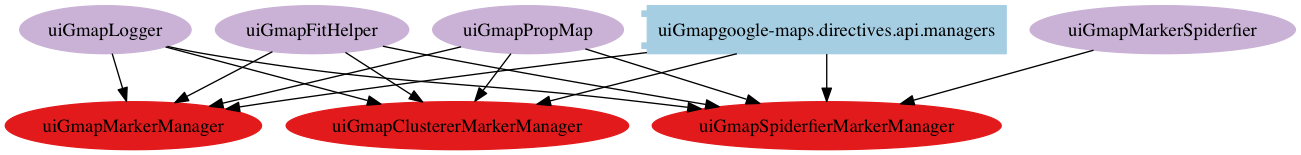
angular-ui/angular-google-maps keeps this Graphviz diagram as dist/architecture/png/modules/uiGmapgoogle-maps.directives.api.managers.png. Above is the earlier version. Its source is kept beside it as dist/architecture/dot/modules/uiGmapgoogle-maps.directives.api.managers.dot. Source of this version:
```dot
digraph dependencies {
  node[shape="component",style="filled",colorscheme=paired12]


    node[shape="component"]
    "uiGmapgoogle-maps.directives.api.managers"[label="uiGmapgoogle-maps.directives.api.managers", color=1]




    node[shape="ellipse"]








      "uiGmapClustererMarkerManager"[label="uiGmapClustererMarkerManager", color=6]
      "uiGmapgoogle-maps.directives.api.managers" -> "uiGmapClustererMarkerManager"

      "uiGmapMarkerManager"[label="uiGmapMarkerManager", color=6]
      "uiGmapgoogle-maps.directives.api.managers" -> "uiGmapMarkerManager"

      "uiGmapSpiderfierMarkerManager"[label="uiGmapSpiderfierMarkerManager", color=6]
      "uiGmapgoogle-maps.directives.api.managers" -> "uiGmapSpiderfierMarkerManager"


    node[shape="cds"]












    node[shape="ellipse",style="filled", color=9]











        "uiGmapLogger"[label="uiGmapLogger"]
        "uiGmapLogger" -> "uiGmapClustererMarkerManager"

        "uiGmapFitHelper"[label="uiGmapFitHelper"]
        "uiGmapFitHelper" -> "uiGmapClustererMarkerManager"

        "uiGmapPropMap"[label="uiGmapPropMap"]
        "uiGmapPropMap" -> "uiGmapClustererMarkerManager"



        "uiGmapLogger"[label="uiGmapLogger"]
        "uiGmapLogger" -> "uiGmapMarkerManager"

        "uiGmapFitHelper"[label="uiGmapFitHelper"]
        "uiGmapFitHelper" -> "uiGmapMarkerManager"

        "uiGmapPropMap"[label="uiGmapPropMap"]
        "uiGmapPropMap" -> "uiGmapMarkerManager"



        "uiGmapLogger"[label="uiGmapLogger"]
        "uiGmapLogger" -> "uiGmapSpiderfierMarkerManager"

        "uiGmapFitHelper"[label="uiGmapFitHelper"]
        "uiGmapFitHelper" -> "uiGmapSpiderfierMarkerManager"

        "uiGmapPropMap"[label="uiGmapPropMap"]
        "uiGmapPropMap" -> "uiGmapSpiderfierMarkerManager"

        "uiGmapMarkerSpiderfier"[label="uiGmapMarkerSpiderfier"]
        "uiGmapMarkerSpiderfier" -> "uiGmapSpiderfierMarkerManager"






}
```
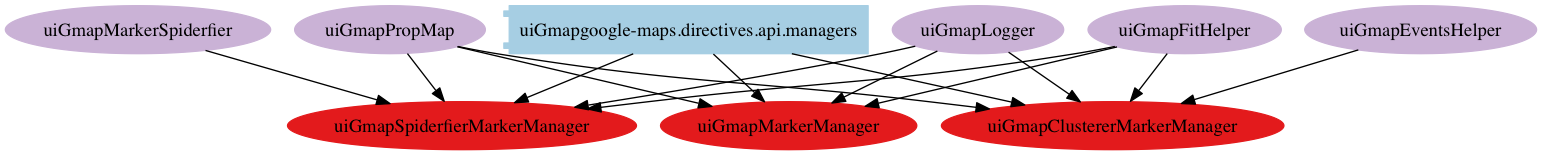
After the commit.

Change to the diagram source:
```diff
@@ -61,6 +61,9 @@
         "uiGmapPropMap"[label="uiGmapPropMap"]
         "uiGmapPropMap" -> "uiGmapClustererMarkerManager"
 
+        "uiGmapEventsHelper"[label="uiGmapEventsHelper"]
+        "uiGmapEventsHelper" -> "uiGmapClustererMarkerManager"
+
 
 
         "uiGmapLogger"[label="uiGmapLogger"]
```
